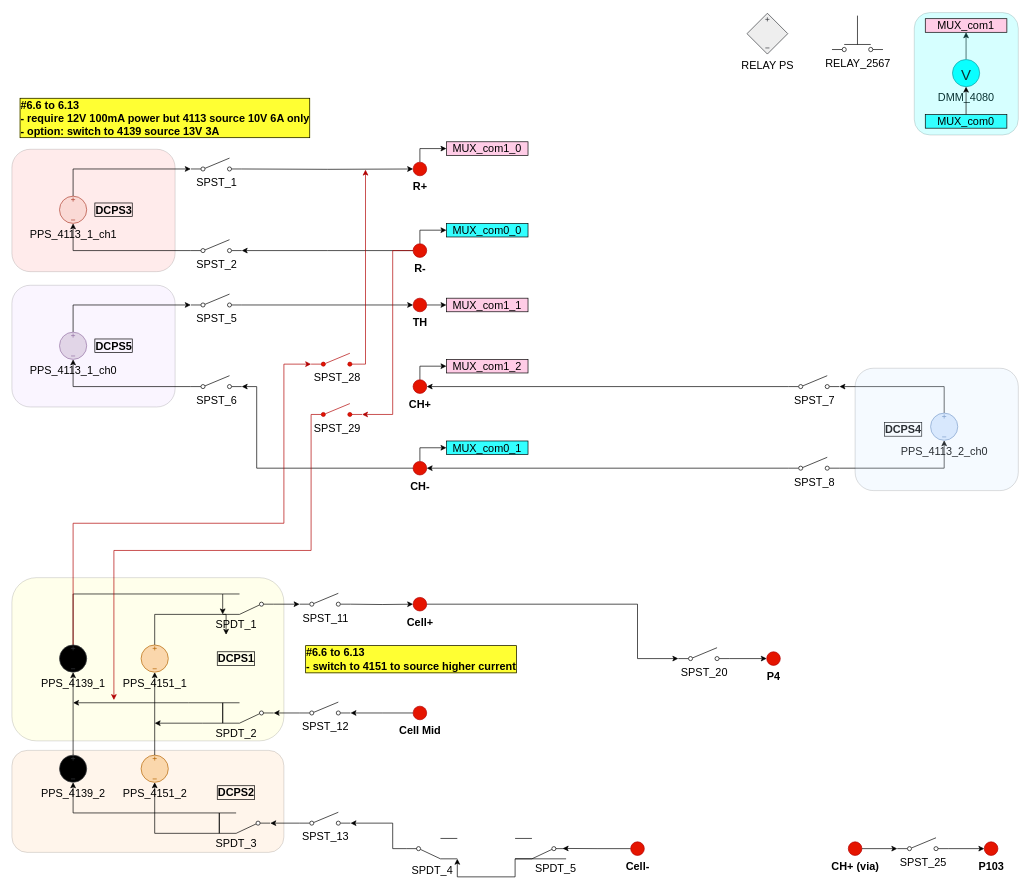
Before: BMS_device_B_6p9.drawio in ktlim-xy/draw-io, a draw.io diagram. Source tidied: cells renumbered, new cells numbered last; positions are measured from the earlier drawing's top-left corner, leaving out a move shared by most shapes. Both pictures are drawn from the tidied source at 68%, with x=0, y=0 at pixel (12, 12).
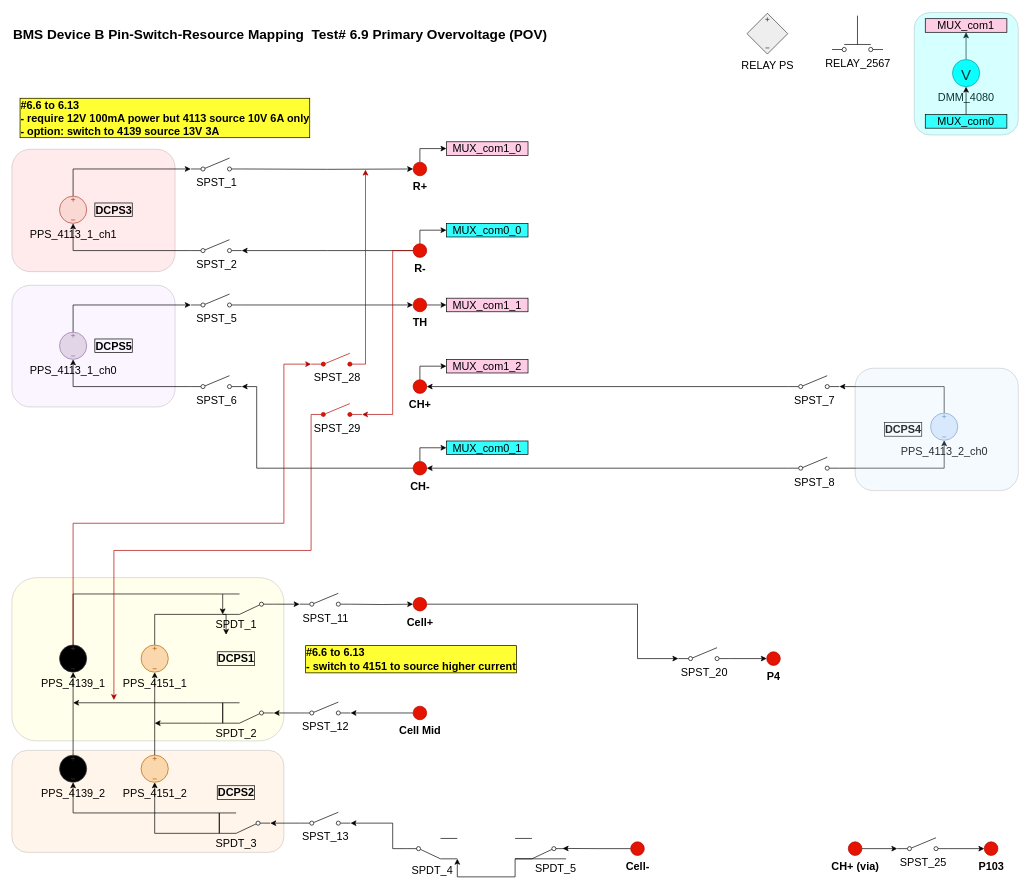
After the change.

What changed in the source:
```diff
@@
+    <mxCell id="110" value="&lt;b&gt;BMS Device B Pin-Switch-Resource Mapping&amp;nbsp; Test#&amp;nbsp;6.9 Primary Overvoltage (POV)&lt;/b&gt;" style="text;html=1;whiteSpace=wrap;strokeColor=none;fillColor=none;align=left;verticalAlign=middle;rounded=0;fontSize=20;" parent="1" vertex="1">
+      <mxGeometry y="-1.5" width="1010" height="65" as="geometry" />
+    </mxCell>
```
